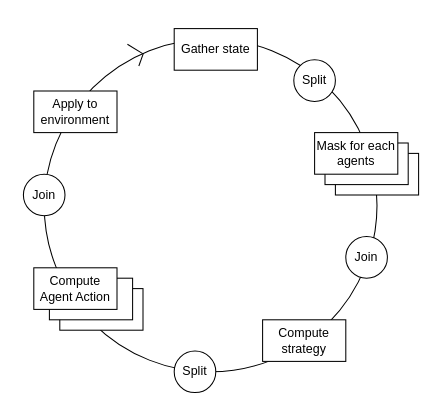
Before: Documentation/application_cycle.drawio in kalharko/pAIcman, a draw.io diagram. Source tidied: cells renumbered, new cells numbered last; positions are measured from the earlier drawing's top-left corner, leaving out a move shared by most shapes. Both pictures are drawn from the tidied source at 104%, with x=0, y=0 at pixel (23, 28).
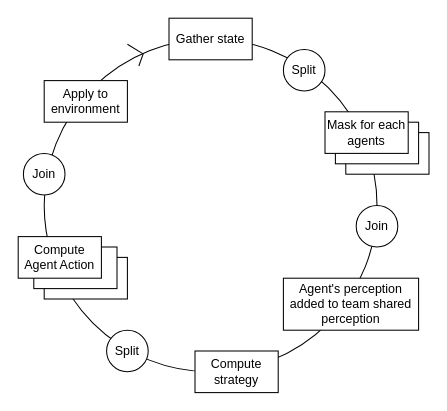
The same diagram, later.

Commit message:
:memo: application cycle update

Change to the diagram source:
```diff
@@
     <mxCell id="3" value="&lt;div&gt;Join&lt;/div&gt;" style="ellipse;whiteSpace=wrap;html=1;" parent="1" vertex="1">
-      <mxGeometry x="310" y="200" width="40" height="40" as="geometry" />
+      <mxGeometry x="320" y="170" width="40" height="40" as="geometry" />
     </mxCell>
     <mxCell id="4" value="Gather state" style="rounded=0;whiteSpace=wrap;html=1;" parent="1" vertex="1">
-      <mxGeometry x="145" width="80" height="40" as="geometry" />
+      <mxGeometry x="140" y="-10" width="80" height="40" as="geometry" />
     </mxCell>
     <mxCell id="5" value="&lt;div&gt;Join&lt;/div&gt;" style="ellipse;whiteSpace=wrap;html=1;" parent="1" vertex="1">
-      <mxGeometry y="140" width="40" height="40" as="geometry" />
+      <mxGeometry y="120" width="40" height="40" as="geometry" />
     </mxCell>
     <mxCell id="6" value="Apply to environment" style="rounded=0;whiteSpace=wrap;html=1;" parent="1" vertex="1">
-      <mxGeometry x="10" y="60" width="80" height="40" as="geometry" />
+      <mxGeometry x="20" y="50" width="80" height="40" as="geometry" />
     </mxCell>
     <mxCell id="7" value="Compute strategy" style="rounded=0;whiteSpace=wrap;html=1;" parent="1" vertex="1">
-      <mxGeometry x="230" y="280" width="80" height="40" as="geometry" />
+      <mxGeometry x="165" y="310" width="80" height="40" as="geometry" />
     </mxCell>
@@
     <mxCell id="10" style="rounded=0;whiteSpace=wrap;html=1;" parent="1" vertex="1">
-      <mxGeometry x="300" y="120" width="80" height="40" as="geometry" />
+      <mxGeometry x="310" y="100" width="80" height="40" as="geometry" />
     </mxCell>
     <mxCell id="11" style="rounded=0;whiteSpace=wrap;html=1;" parent="1" vertex="1">
-      <mxGeometry x="290" y="110" width="80" height="40" as="geometry" />
+      <mxGeometry x="300" y="90" width="80" height="40" as="geometry" />
     </mxCell>
     <mxCell id="12" value="Mask for each agents" style="rounded=0;whiteSpace=wrap;html=1;" parent="1" vertex="1">
-      <mxGeometry x="280" y="100" width="80" height="40" as="geometry" />
+      <mxGeometry x="290" y="80" width="80" height="40" as="geometry" />
     </mxCell>
     <mxCell id="13" style="rounded=0;whiteSpace=wrap;html=1;" parent="1" vertex="1">
-      <mxGeometry x="35" y="250" width="80" height="40" as="geometry" />
+      <mxGeometry x="20" y="220" width="80" height="40" as="geometry" />
     </mxCell>
     <mxCell id="14" style="rounded=0;whiteSpace=wrap;html=1;" parent="1" vertex="1">
-      <mxGeometry x="25" y="240" width="80" height="40" as="geometry" />
+      <mxGeometry x="10" y="210" width="80" height="40" as="geometry" />
     </mxCell>
     <mxCell id="15" value="Compute Agent Action" style="rounded=0;whiteSpace=wrap;html=1;" parent="1" vertex="1">
-      <mxGeometry x="10" y="230" width="80" height="40" as="geometry" />
+      <mxGeometry x="-5" y="200" width="80" height="40" as="geometry" />
     </mxCell>
     <mxCell id="16" value="Split" style="ellipse;whiteSpace=wrap;html=1;" parent="1" vertex="1">
-      <mxGeometry x="145" y="310" width="40" height="40" as="geometry" />
+      <mxGeometry x="80" y="290" width="40" height="40" as="geometry" />
     </mxCell>
     <mxCell id="17" value="Split" style="ellipse;whiteSpace=wrap;html=1;" parent="1" vertex="1">
-      <mxGeometry x="260" y="30" width="40" height="40" as="geometry" />
+      <mxGeometry x="250" y="20" width="40" height="40" as="geometry" />
     </mxCell>
+    <mxCell id="18" value="Agent's perception added to team shared perception" style="rounded=0;whiteSpace=wrap;html=1;" parent="1" vertex="1">
+      <mxGeometry x="250" y="240" width="130" height="50" as="geometry" />
+    </mxCell>
```
